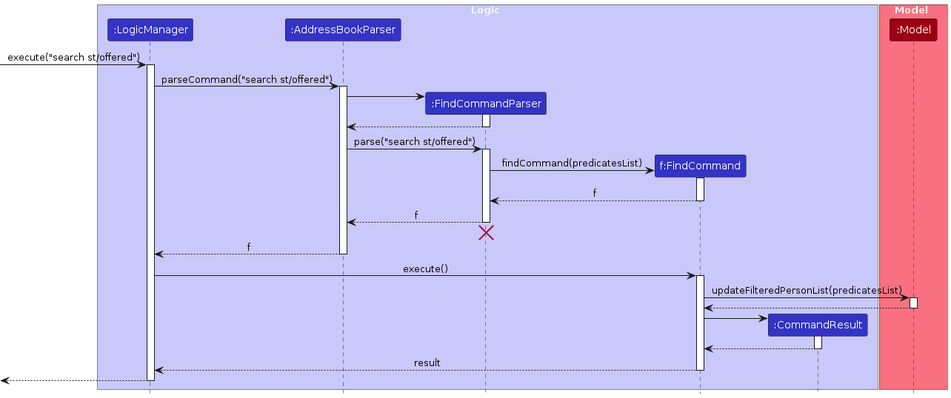
Above: diagrams/SearchSequenceDiagram.png in MadLamprey/tp (PlantUML), before the change. Its source is kept beside it as diagrams/SearchSequenceDiagram.puml. Source of this version:
```plantuml
@startuml
!include style.puml
skinparam ArrowFontStyle plain


box Logic LOGIC_COLOR_T1
participant ":LogicManager" as LogicManager LOGIC_COLOR
participant ":AddressBookParser" as AddressBookParser LOGIC_COLOR
participant ":FindCommandParser" as FindCommandParser LOGIC_COLOR
participant "f:FindCommand" as FindCommand LOGIC_COLOR
participant ":CommandResult" as CommandResult LOGIC_COLOR
end box

box Model MODEL_COLOR_T1
participant ":Model" as Model MODEL_COLOR
end box

[-> LogicManager : execute("search st/offered")
activate LogicManager

LogicManager -> AddressBookParser : parseCommand("search st/offered")
activate AddressBookParser

create FindCommandParser
AddressBookParser -> FindCommandParser
activate FindCommandParser

FindCommandParser --> AddressBookParser
deactivate FindCommandParser

AddressBookParser -> FindCommandParser : parse("search st/offered")
activate FindCommandParser

create FindCommand
FindCommandParser -> FindCommand : findCommand(predicatesList)
activate FindCommand

FindCommand --> FindCommandParser : f
deactivate FindCommand

FindCommandParser --> AddressBookParser : f
deactivate FindCommandParser
FindCommandParser -[hidden]-> AddressBookParser
destroy FindCommandParser

AddressBookParser --> LogicManager : f
deactivate AddressBookParser

LogicManager -> FindCommand  : execute()
activate FindCommand

FindCommand -> Model : updateFilteredPersonList(predicatesList)
activate Model

Model --> FindCommand
deactivate Model

create CommandResult
FindCommand -> CommandResult
activate CommandResult

CommandResult --> FindCommand
deactivate CommandResult

FindCommand --> LogicManager : result
deactivate FindCommand



[<--LogicManager
deactivate LogicManager



@enduml
```
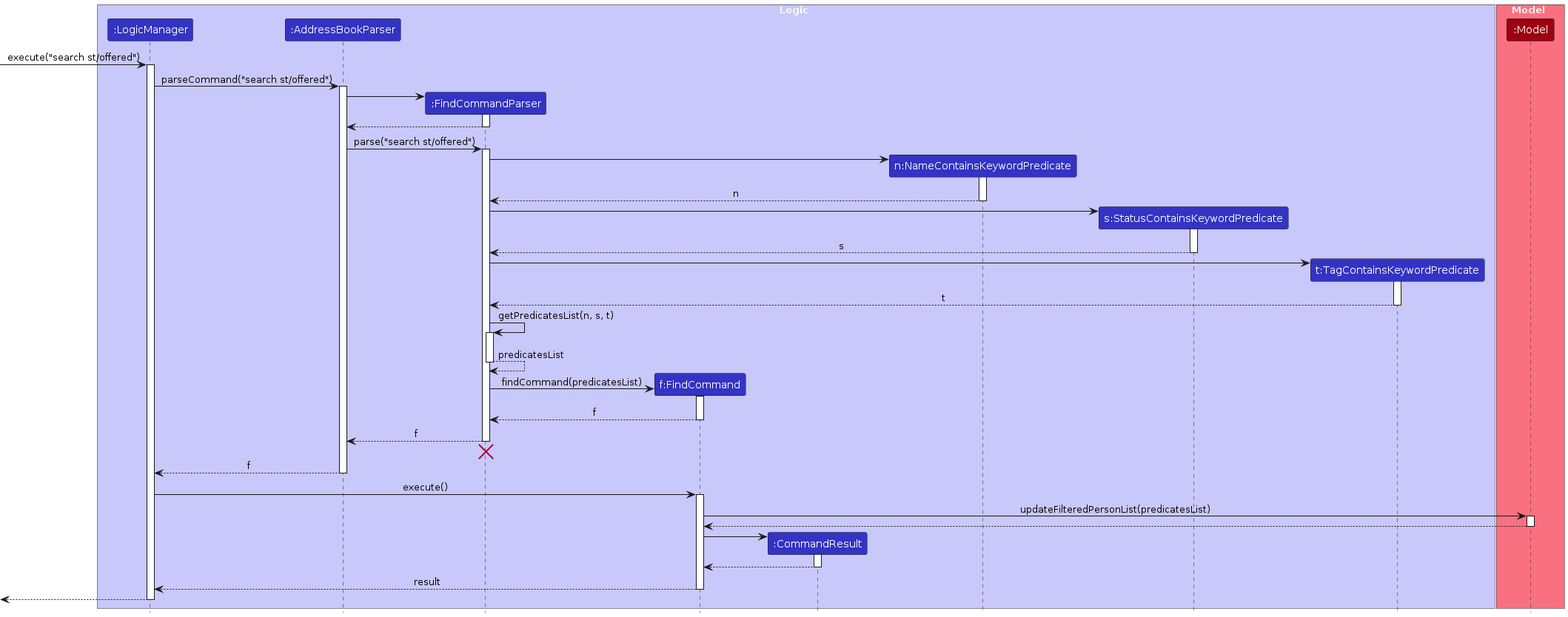
Later version of the same file.

What changed in the source:
```diff
@@ -9,6 +9,10 @@
 participant ":FindCommandParser" as FindCommandParser LOGIC_COLOR
 participant "f:FindCommand" as FindCommand LOGIC_COLOR
 participant ":CommandResult" as CommandResult LOGIC_COLOR
+participant "n:NameContainsKeywordPredicate" as NameContainsKeywordPredicate LOGIC_COLOR
+participant "s:StatusContainsKeywordPredicate" as StatusContainsKeywordPredicate LOGIC_COLOR
+participant "t:TagContainsKeywordPredicate" as TagContainsKeywordPredicate LOGIC_COLOR
+
 end box
 
 box Model MODEL_COLOR_T1
@@ -31,9 +35,32 @@
 AddressBookParser -> FindCommandParser : parse("search st/offered")
 activate FindCommandParser
 
+create NameContainsKeywordPredicate
+FindCommandParser -> NameContainsKeywordPredicate
+activate NameContainsKeywordPredicate
+NameContainsKeywordPredicate --> FindCommandParser : n
+deactivate NameContainsKeywordPredicate
+
+create StatusContainsKeywordPredicate
+FindCommandParser -> StatusContainsKeywordPredicate
+activate StatusContainsKeywordPredicate
+StatusContainsKeywordPredicate --> FindCommandParser : s
+deactivate StatusContainsKeywordPredicate
+
+create TagContainsKeywordPredicate
+FindCommandParser -> TagContainsKeywordPredicate
+activate TagContainsKeywordPredicate
+TagContainsKeywordPredicate --> FindCommandParser : t
+deactivate TagContainsKeywordPredicate
+
+FindCommandParser -> FindCommandParser: getPredicatesList(n, s, t)
+activate FindCommandParser
+return predicatesList
+
 create FindCommand
 FindCommandParser -> FindCommand : findCommand(predicatesList)
 activate FindCommand
+
 
 FindCommand --> FindCommandParser : f
 deactivate FindCommand
```
